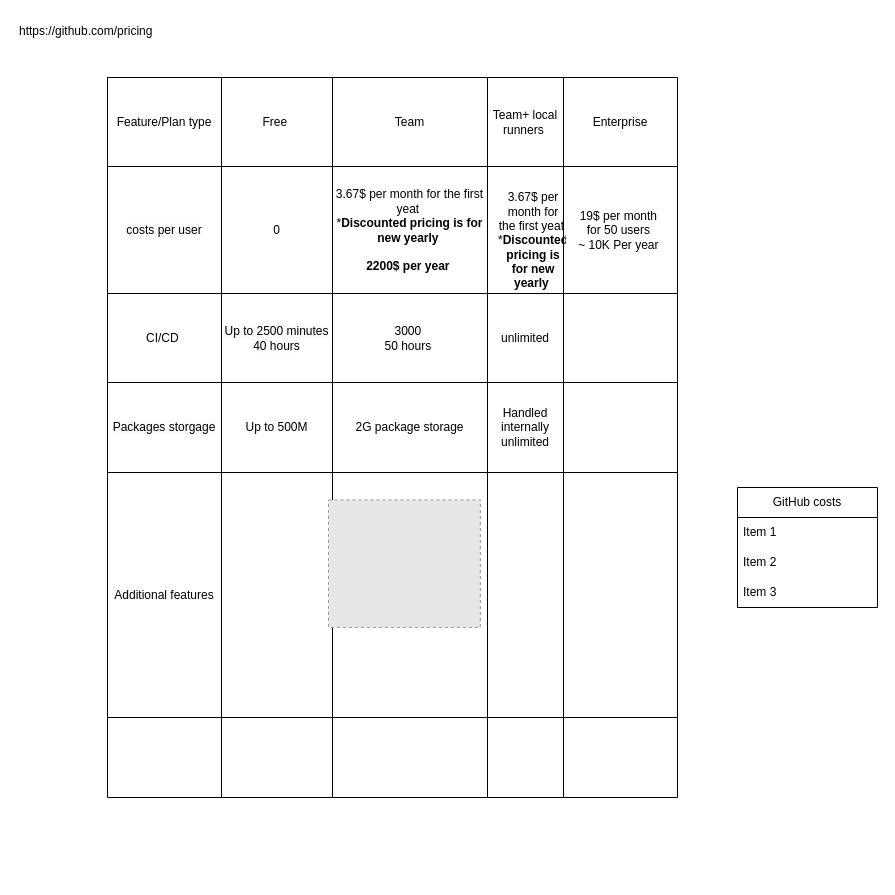
Before: page "Cost Estimation" (3 of 3) of timeline.drawio in orenevan/diagrams, a draw.io diagram. Source tidied: cells renumbered, new cells numbered last; positions are measured from the earlier drawing's top-left corner, leaving out a move shared by most shapes. Both pictures are drawn from the tidied source at 100%, with x=0, y=0 at pixel (17, 17). Pictures stored in the file or linked from it are replaced by grey dashed boxes.
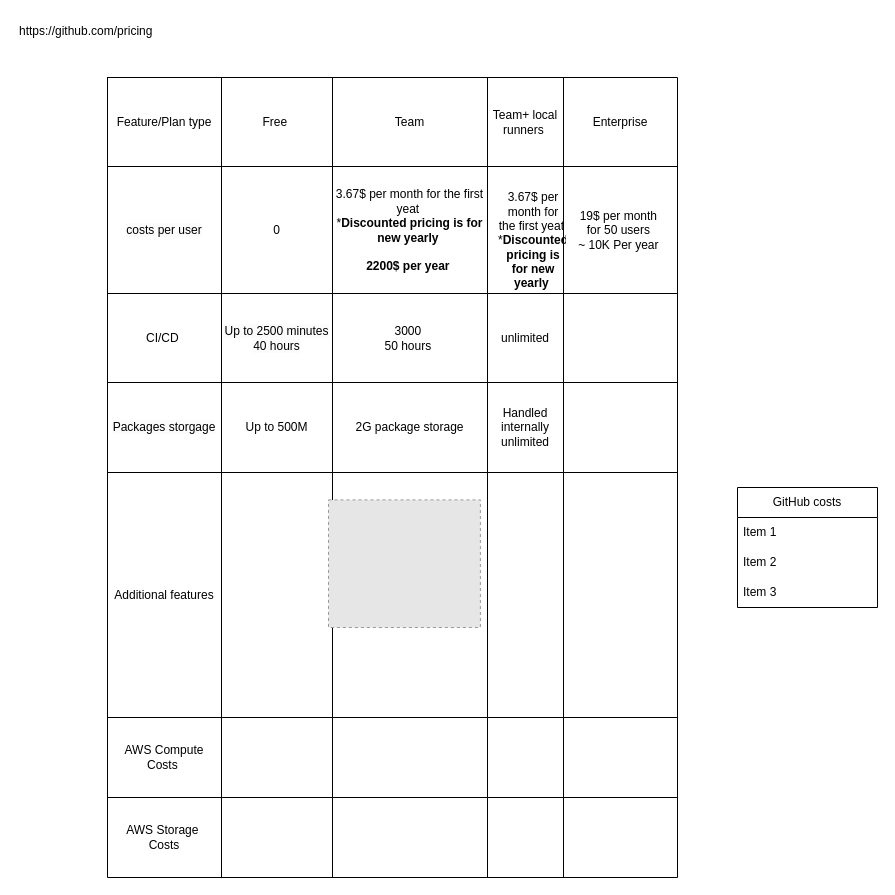
After the change.

Change to the diagram source:
```diff
@@
     <mxCell id="6" style="shape=table;startSize=0;childLayout=tableLayout;" parent="1" vertex="1">
-      <mxGeometry x="90" y="60" width="570" height="720" as="geometry" />
+      <mxGeometry x="90" y="60" width="570" height="800" as="geometry" />
     </mxCell>
@@
+    <mxCell id="46" style="shape=tableRow;horizontal=0;startSize=0;swimlaneHead=0;swimlaneBody=0;strokeColor=inherit;top=0;left=0;bottom=0;right=0;fillColor=none;" parent="6" vertex="1">
+      <mxGeometry y="640" width="570" height="80" as="geometry" />
+    </mxCell>
+    <mxCell id="47" value="AWS Compute Costs&amp;nbsp;" style="shape=partialRectangle;html=1;whiteSpace=wrap;strokeColor=inherit;overflow=hidden;fillColor=none;top=0;left=0;bottom=0;right=0;" parent="46" vertex="1">
+      <mxGeometry width="114" height="80" as="geometry" />
+    </mxCell>
+    <mxCell id="48" style="shape=partialRectangle;html=1;whiteSpace=wrap;strokeColor=inherit;overflow=hidden;fillColor=none;top=0;left=0;bottom=0;right=0;" parent="46" vertex="1">
+      <mxGeometry x="114" width="111" height="80" as="geometry" />
+    </mxCell>
+    <mxCell id="49" style="shape=partialRectangle;html=1;whiteSpace=wrap;strokeColor=inherit;overflow=hidden;fillColor=none;top=0;left=0;bottom=0;right=0;" parent="46" vertex="1">
+      <mxGeometry x="225" width="155" height="80" as="geometry" />
+    </mxCell>
+    <mxCell id="50" style="shape=partialRectangle;html=1;whiteSpace=wrap;strokeColor=inherit;overflow=hidden;fillColor=none;top=0;left=0;bottom=0;right=0;" parent="46" vertex="1">
+      <mxGeometry x="380" width="76" height="80" as="geometry" />
+    </mxCell>
+    <mxCell id="51" style="shape=partialRectangle;html=1;whiteSpace=wrap;strokeColor=inherit;overflow=hidden;fillColor=none;top=0;left=0;bottom=0;right=0;" parent="46" vertex="1">
+      <mxGeometry x="456" width="114" height="80" as="geometry" />
+    </mxCell>
     <mxCell id="37" style="shape=tableRow;horizontal=0;startSize=0;swimlaneHead=0;swimlaneBody=0;strokeColor=inherit;top=0;left=0;bottom=0;right=0;fillColor=none;" parent="6" vertex="1">
-      <mxGeometry y="640" width="570" height="80" as="geometry" />
+      <mxGeometry y="720" width="570" height="80" as="geometry" />
     </mxCell>
-    <mxCell id="38" style="shape=partialRectangle;html=1;whiteSpace=wrap;strokeColor=inherit;overflow=hidden;fillColor=none;top=0;left=0;bottom=0;right=0;" parent="37" vertex="1">
+    <mxCell id="38" value="AWS Storage&amp;nbsp;&lt;br&gt;&amp;nbsp;Costs&amp;nbsp;" style="shape=partialRectangle;html=1;whiteSpace=wrap;strokeColor=inherit;overflow=hidden;fillColor=none;top=0;left=0;bottom=0;right=0;" parent="37" vertex="1">
       <mxGeometry width="114" height="80" as="geometry" />
     </mxCell>
```
